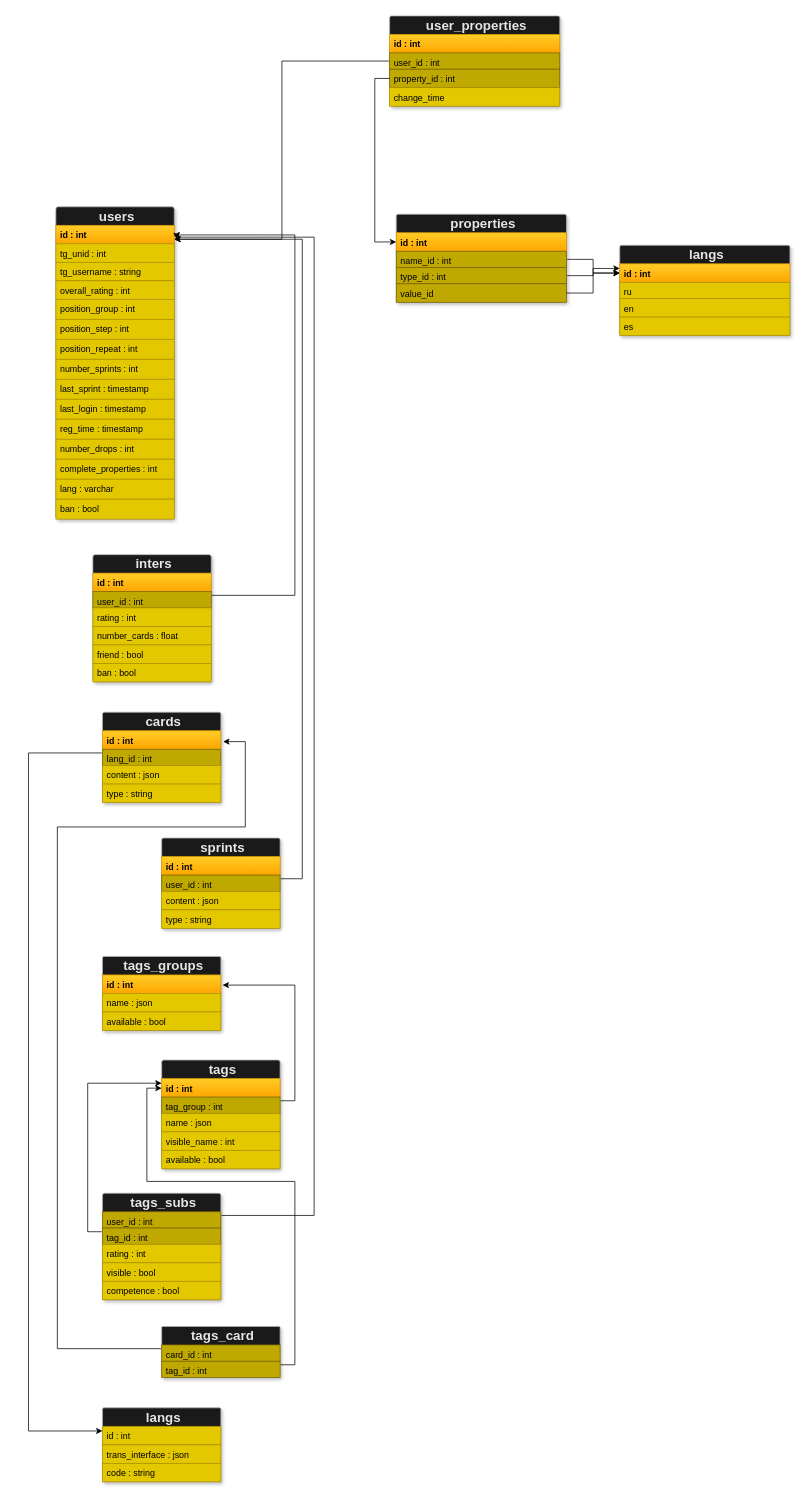
Ulver56/coresh keeps this draw.io diagram as page "Page-1" (1 of 2) of README-files/map.drawio. Above is the earlier version. Source tidied: cells renumbered, new cells numbered last; positions are measured from the earlier drawing's top-left corner, leaving out a move shared by most shapes. Both pictures are drawn from the tidied source at 74%, with x=0, y=0 at pixel (28, 16).
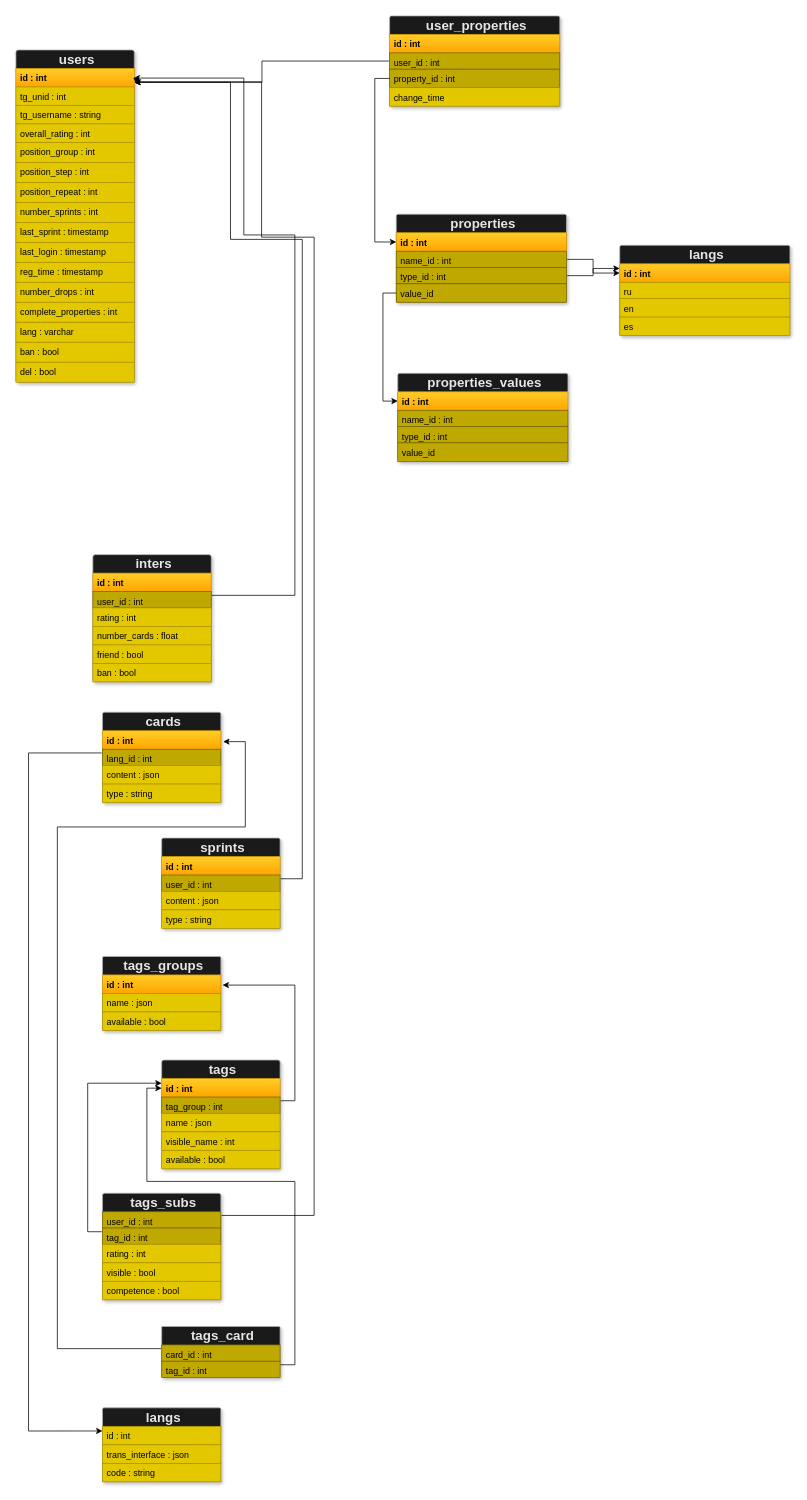
The same page after the edit.

Unchanged cells that the change refers to:
```xml
<mxCell id="4" value="&lt;b&gt;id : int&lt;/b&gt;" style="html=1;align=left;spacingLeft=4;verticalAlign=top;strokeColor=#d79b00;fillColor=#ffcd28;gradientColor=#ffa500;fontColor=#000000;" parent="2" vertex="1">
  <mxGeometry y="25" width="160" height="25" as="geometry" />
</mxCell>
<mxCell id="22" value="user_id : int" style="html=1;align=left;spacingLeft=4;verticalAlign=top;fontColor=#000000;strokeWidth=1;strokeColor=#7A6800;perimeterSpacing=1;fillColor=#BFA800;" parent="19" vertex="1">
  <mxGeometry y="50" width="160" height="22" as="geometry" />
</mxCell>
<mxCell id="36" value="user_id : int" style="html=1;align=left;spacingLeft=4;verticalAlign=top;fontColor=#000000;strokeWidth=1;strokeColor=#7A6800;perimeterSpacing=1;fillColor=#BFA800;" parent="33" vertex="1">
  <mxGeometry y="50" width="160" height="22" as="geometry" />
</mxCell>
<mxCell id="55" value="user_id : int" style="html=1;align=left;spacingLeft=4;verticalAlign=top;fontColor=#000000;strokeWidth=1;strokeColor=#7A6800;perimeterSpacing=1;fillColor=#BFA800;" parent="53" vertex="1">
  <mxGeometry y="25" width="160" height="22" as="geometry" />
</mxCell>
<mxCell id="86" value="value_id" style="html=1;align=left;spacingLeft=4;verticalAlign=top;strokeColor=#7A6800;fillColor=#BFA800;fontColor=#000000;strokeWidth=1;" parent="81" vertex="1">
  <mxGeometry y="94" width="230" height="25" as="geometry" />
</mxCell>
<mxCell id="89" value="&lt;b&gt;id : int&lt;/b&gt;" style="html=1;align=left;spacingLeft=4;verticalAlign=top;strokeColor=#d79b00;fillColor=#ffcd28;gradientColor=#ffa500;fontColor=#000000;" parent="87" vertex="1">
  <mxGeometry y="25" width="230" height="25" as="geometry" />
</mxCell>
```

What changed in the source:
```diff
@@
     <mxCell id="2" style="fontStyle=1;align=center;verticalAlign=top;horizontal=1;fontColor=#ffffff;shadow=1;rounded=1;arcSize=2;strokeWidth=1;sketch=0;fillColor=#1A1A1A;strokeColor=#B3B3B3;" parent="1" vertex="1">
-      <mxGeometry x="37" y="258" width="160" height="422" as="geometry" />
+      <mxGeometry x="-17" y="46" width="160" height="449" as="geometry" />
     </mxCell>
@@
+    <mxCell id="98" value="del : bool" style="html=1;align=left;spacingLeft=4;verticalAlign=top;strokeColor=#B09500;fillColor=#e3c800;fontColor=#000000;rounded=0;" parent="2" vertex="1">
+      <mxGeometry y="422" width="160" height="27" as="geometry" />
+    </mxCell>
@@
     <mxCell id="39" style="edgeStyle=orthogonalEdgeStyle;rounded=0;jettySize=auto;html=1;exitX=1;exitY=0.25;exitDx=0;exitDy=0;fontFamily=Helvetica;fontColor=#000000;entryX=0.994;entryY=0.52;entryDx=0;entryDy=0;entryPerimeter=0;" parent="1" edge="1" source="22" target="4">
       <mxGeometry relative="1" as="geometry">
         <Array as="points">
           <mxPoint x="360" y="783" />
           <mxPoint x="360" y="296" />
+          <mxPoint x="291" y="296" />
+          <mxPoint x="291" y="84" />
         </Array>
       </mxGeometry>
     </mxCell>
     <mxCell id="40" style="edgeStyle=orthogonalEdgeStyle;rounded=0;jettySize=auto;html=1;exitX=1;exitY=0.25;exitDx=0;exitDy=0;fontFamily=Helvetica;fontColor=#000000;entryX=1;entryY=0.75;entryDx=0;entryDy=0;" parent="1" edge="1" source="36" target="4">
       <mxGeometry relative="1" as="geometry">
         <Array as="points">
           <mxPoint x="370" y="1166" />
           <mxPoint x="370" y="302" />
+          <mxPoint x="273" y="302" />
+          <mxPoint x="273" y="90" />
         </Array>
       </mxGeometry>
     </mxCell>
@@
     <mxCell id="71" style="edgeStyle=orthogonalEdgeStyle;rounded=0;jettySize=auto;html=1;exitX=1;exitY=0.25;exitDx=0;exitDy=0;fontFamily=Helvetica;fontColor=#000000;entryX=1.019;entryY=0.103;entryDx=0;entryDy=0;entryPerimeter=0;" parent="1" edge="1" source="55" target="2">
       <mxGeometry relative="1" as="geometry">
         <Array as="points">
           <mxPoint x="386" y="1621" />
           <mxPoint x="386" y="299" />
+          <mxPoint x="315" y="299" />
+          <mxPoint x="315" y="89" />
         </Array>
       </mxGeometry>
     </mxCell>
@@
-    <mxCell id="97" style="edgeStyle=orthogonalEdgeStyle;rounded=0;jettySize=auto;html=1;exitX=1;exitY=0.5;exitDx=0;exitDy=0;entryX=0;entryY=0.5;entryDx=0;entryDy=0;" parent="1" edge="1" source="86" target="89">
-      <mxGeometry relative="1" as="geometry" />
-    </mxCell>
+    <mxCell id="99" style="fontStyle=1;align=center;verticalAlign=top;horizontal=1;fontColor=#ffffff;shadow=1;rounded=1;arcSize=2;strokeWidth=1;sketch=0;fillColor=#1A1A1A;strokeColor=#B3B3B3;" parent="1" vertex="1">
+      <mxGeometry x="499" y="483" width="230" height="119" as="geometry" />
+    </mxCell>
+    <mxCell id="100" value="&lt;b&gt;&lt;font color=&quot;#e6e6e6&quot; style=&quot;font-size: 18px&quot;&gt;properties_values&lt;/font&gt;&lt;/b&gt;" style="html=1;align=center;spacingLeft=4;verticalAlign=middle;strokeColor=none;fillColor=none;" parent="99" vertex="1">
+      <mxGeometry width="230" height="25" as="geometry" />
+    </mxCell>
+    <mxCell id="101" value="&lt;b&gt;id : int&lt;/b&gt;" style="html=1;align=left;spacingLeft=4;verticalAlign=top;strokeColor=#d79b00;fillColor=#ffcd28;gradientColor=#ffa500;fontColor=#000000;" parent="99" vertex="1">
+      <mxGeometry y="25" width="230" height="25" as="geometry" />
+    </mxCell>
+    <mxCell id="102" value="name_id : int" style="html=1;align=left;spacingLeft=4;verticalAlign=top;fontColor=#000000;strokeWidth=1;strokeColor=#7A6800;perimeterSpacing=1;fillColor=#BFA800;" parent="99" vertex="1">
+      <mxGeometry y="50" width="230" height="22" as="geometry" />
+    </mxCell>
+    <mxCell id="103" value="type_id : int" style="html=1;align=left;spacingLeft=4;verticalAlign=top;fontColor=#000000;strokeWidth=1;strokeColor=#7A6800;perimeterSpacing=1;fillColor=#BFA800;" parent="99" vertex="1">
+      <mxGeometry y="72" width="230" height="22" as="geometry" />
+    </mxCell>
+    <mxCell id="104" value="value_id" style="html=1;align=left;spacingLeft=4;verticalAlign=top;strokeColor=#7A6800;fillColor=#BFA800;fontColor=#000000;strokeWidth=1;" parent="99" vertex="1">
+      <mxGeometry y="94" width="230" height="25" as="geometry" />
+    </mxCell>
+    <mxCell id="105" style="edgeStyle=orthogonalEdgeStyle;rounded=0;jettySize=auto;html=1;entryX=0;entryY=0.5;entryDx=0;entryDy=0;" parent="1" edge="1" source="86" target="101">
+      <mxGeometry relative="1" as="geometry">
+        <Array as="points">
+          <mxPoint x="479" y="375" />
+          <mxPoint x="479" y="521" />
+        </Array>
+      </mxGeometry>
+    </mxCell>
```
